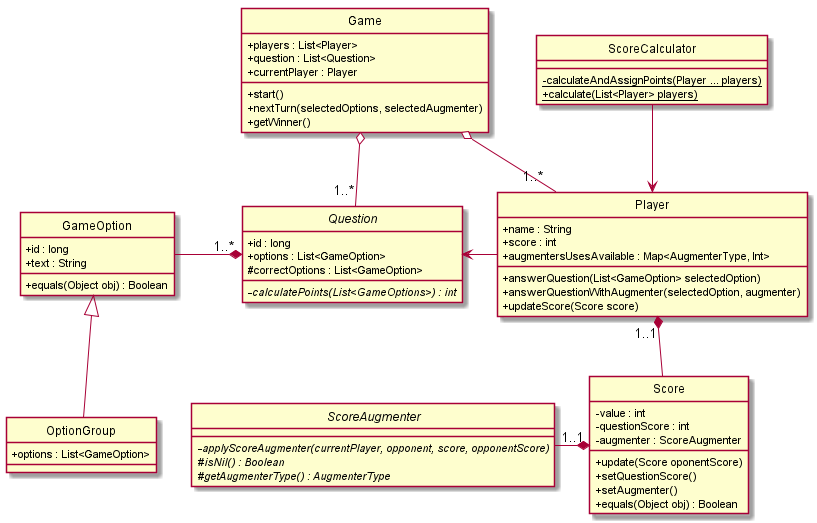
This is docs/out/diagramaClases-Principal-TP2/DiagramaUML-Clases-TP2.png from diegosanchez/TP2-Kahoot, a PlantUML export, as it was before one commit.
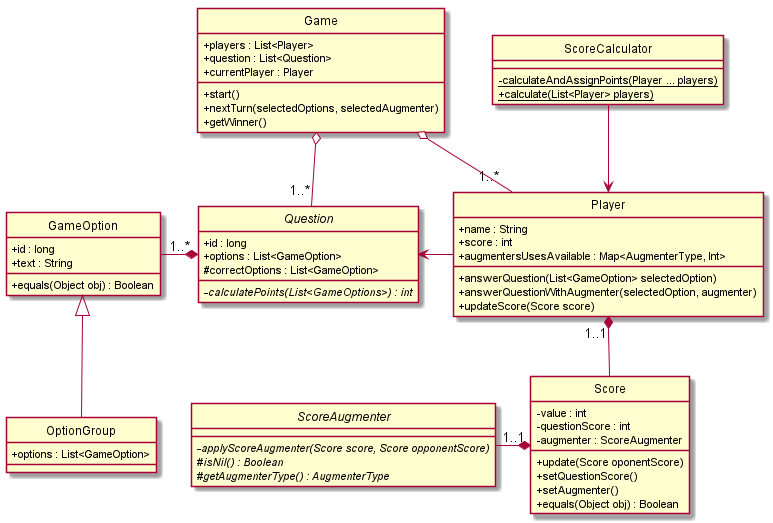
Later version of the same file.

Change to the diagram source:
```diff
@@ -53,7 +53,7 @@
 }
 
 abstract ScoreAugmenter{
-    - {abstract}applyScoreAugmenter(currentPlayer, opponent, score, opponentScore)
+    - {abstract}applyScoreAugmenter(Score score, Score opponentScore)
     # {abstract}isNil() : Boolean
     # {abstract}getAugmenterType() : AugmenterType
 }
```
